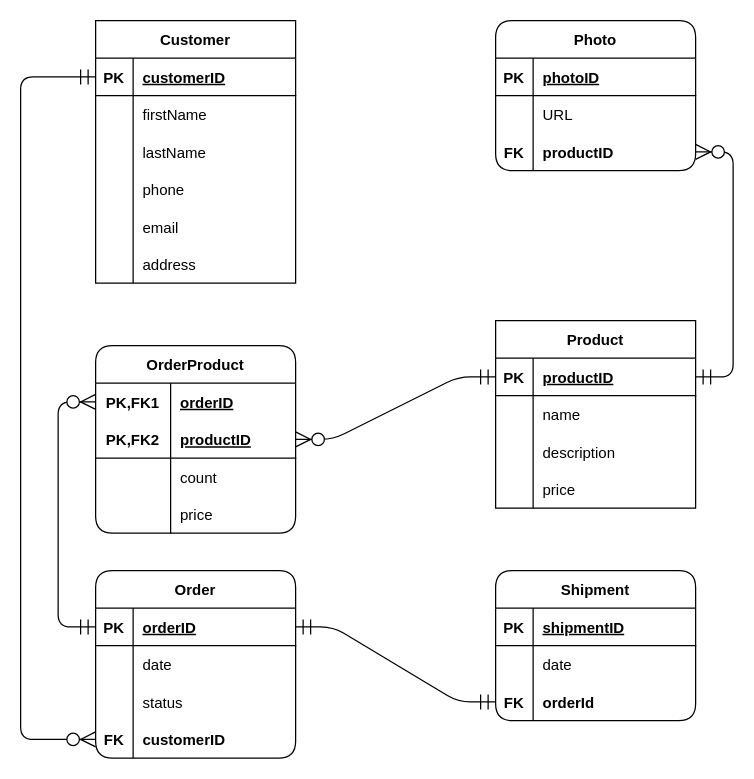
Before: sql/db-shop-erd.drawio in alexander-barmin/2024-JS, a draw.io diagram. Source tidied: cells renumbered, new cells numbered last; positions are measured from the earlier drawing's top-left corner, leaving out a move shared by most shapes. Both pictures are drawn from the tidied source at 125%, with x=0, y=0 at pixel (-5, 20).
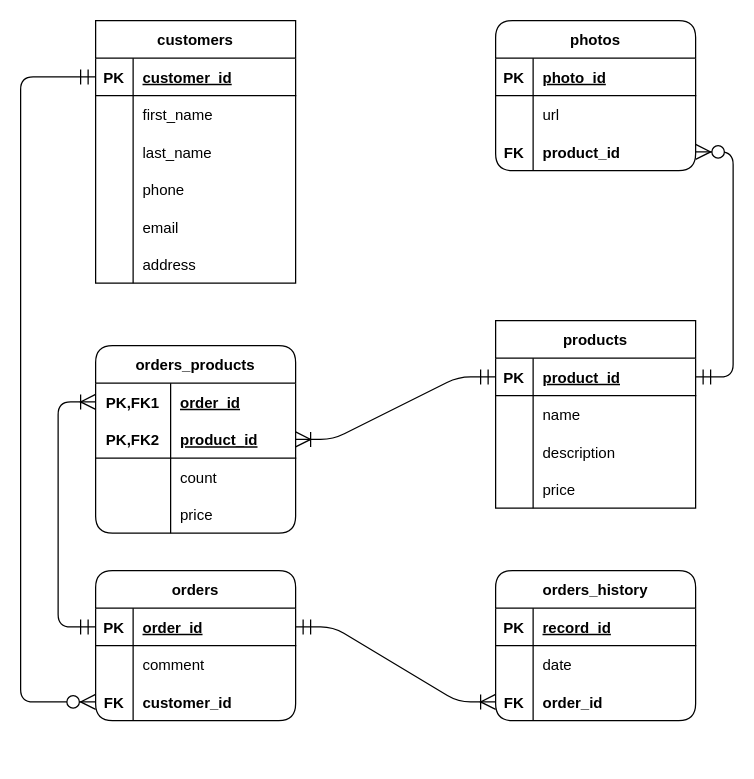
After the change.

Commit message (it also covers changes not shown here):
fix(sql): fix data structure and connections

The change refers to these unchanged cells:
```xml
<mxCell id="3" style="shape=tableRow;horizontal=0;startSize=0;swimlaneHead=0;swimlaneBody=0;fillColor=none;points=[[0,0.5],[1,0.5]];portConstraint=eastwest;top=0;left=0;right=0;bottom=1;" parent="2" vertex="1">
  <mxGeometry y="30" width="160" height="30" as="geometry" />
</mxCell>
<mxCell id="6" style="shape=tableRow;horizontal=0;startSize=0;swimlaneHead=0;swimlaneBody=0;fillColor=none;top=0;left=0;right=0;bottom=0;" parent="2" vertex="1">
  <mxGeometry y="60" width="160" height="30" as="geometry" />
</mxCell>
<mxCell id="9" style="shape=tableRow;horizontal=0;startSize=0;swimlaneHead=0;swimlaneBody=0;fillColor=none;top=0;left=0;right=0;bottom=0;" parent="2" vertex="1">
  <mxGeometry y="90" width="160" height="30" as="geometry" />
</mxCell>
<mxCell id="24" style="shape=tableRow;horizontal=0;startSize=0;swimlaneHead=0;swimlaneBody=0;fillColor=none;points=[[0,0.5],[1,0.5]];portConstraint=eastwest;top=0;left=0;right=0;bottom=0;" parent="23" vertex="1">
  <mxGeometry y="30" width="160" height="30" as="geometry" />
</mxCell>
<mxCell id="27" style="shape=tableRow;horizontal=0;startSize=0;swimlaneHead=0;swimlaneBody=0;fillColor=none;points=[[0,0.5],[1,0.5]];portConstraint=eastwest;top=0;left=0;right=0;bottom=1;" parent="23" vertex="1">
  <mxGeometry y="60" width="160" height="30" as="geometry" />
</mxCell>
<mxCell id="37" style="shape=tableRow;horizontal=0;startSize=0;swimlaneHead=0;swimlaneBody=0;fillColor=none;points=[[0,0.5],[1,0.5]];portConstraint=eastwest;top=0;left=0;right=0;bottom=1;" parent="36" vertex="1">
  <mxGeometry y="30" width="160" height="30" as="geometry" />
</mxCell>
<mxCell id="40" style="shape=tableRow;horizontal=0;startSize=0;swimlaneHead=0;swimlaneBody=0;fillColor=none;top=0;left=0;right=0;bottom=0;" parent="36" vertex="1">
  <mxGeometry y="60" width="160" height="30" as="geometry" />
</mxCell>
<mxCell id="50" style="shape=tableRow;horizontal=0;startSize=0;swimlaneHead=0;swimlaneBody=0;fillColor=none;points=[[0,0.5],[1,0.5]];portConstraint=eastwest;top=0;left=0;right=0;bottom=1;" parent="49" vertex="1">
  <mxGeometry y="30" width="160" height="30" as="geometry" />
</mxCell>
<mxCell id="63" style="shape=tableRow;horizontal=0;startSize=0;swimlaneHead=0;swimlaneBody=0;fillColor=none;top=0;left=0;right=0;bottom=1;" parent="62" vertex="1">
  <mxGeometry y="30" width="160" height="30" as="geometry" />
</mxCell>
<mxCell id="66" style="shape=tableRow;horizontal=0;startSize=0;swimlaneHead=0;swimlaneBody=0;fillColor=none;top=0;left=0;right=0;bottom=0;" parent="62" vertex="1">
  <mxGeometry y="60" width="160" height="30" as="geometry" />
</mxCell>
<mxCell id="69" style="shape=tableRow;horizontal=0;startSize=0;swimlaneHead=0;swimlaneBody=0;fillColor=none;points=[[0,0.5],[1,0.5]];portConstraint=eastwest;top=0;left=0;right=0;bottom=0;" parent="62" vertex="1">
  <mxGeometry y="90" width="160" height="30" as="geometry" />
</mxCell>
<mxCell id="75" style="shape=tableRow;horizontal=0;startSize=0;swimlaneHead=0;swimlaneBody=0;fillColor=none;top=0;left=0;right=0;bottom=1;" parent="74" vertex="1">
  <mxGeometry y="30" width="160" height="30" as="geometry" />
</mxCell>
<mxCell id="81" style="shape=tableRow;horizontal=0;startSize=0;swimlaneHead=0;swimlaneBody=0;fillColor=none;points=[[0,0.5],[1,0.5]];portConstraint=eastwest;top=0;left=0;right=0;bottom=0;" parent="74" vertex="1">
  <mxGeometry y="90" width="160" height="30" as="geometry" />
</mxCell>
```

Diff of the diagram source:
```diff
@@
-    <mxCell id="2" value="Customer" style="shape=table;startSize=30;childLayout=tableLayout;rowLines=0;fontStyle=1;align=center;" parent="1" vertex="1">
+    <mxCell id="2" value="customers" style="shape=table;startSize=30;childLayout=tableLayout;rowLines=0;fontStyle=1;align=center;" parent="1" vertex="1">
       <mxGeometry x="80" width="160" height="210" as="geometry" />
     </mxCell>
@@
-    <mxCell id="5" value="customerID" style="shape=partialRectangle;fillColor=none;top=0;left=0;bottom=0;right=0;align=left;spacingLeft=6;fontStyle=5;overflow=hidden;" parent="3" vertex="1">
+    <mxCell id="5" value="customer_id" style="shape=partialRectangle;fillColor=none;top=0;left=0;bottom=0;right=0;align=left;spacingLeft=6;fontStyle=5;overflow=hidden;" parent="3" vertex="1">
       <mxGeometry x="30" width="130" height="30" as="geometry" />
     </mxCell>
@@
-    <mxCell id="8" value="firstName" style="shape=partialRectangle;fillColor=none;top=0;left=0;bottom=0;right=0;align=left;spacingLeft=6;overflow=hidden;" parent="6" vertex="1">
+    <mxCell id="8" value="first_name" style="shape=partialRectangle;fillColor=none;top=0;left=0;bottom=0;right=0;align=left;spacingLeft=6;overflow=hidden;" parent="6" vertex="1">
       <mxGeometry x="30" width="130" height="30" as="geometry" />
     </mxCell>
@@
-    <mxCell id="11" value="lastName" style="shape=partialRectangle;fillColor=none;top=0;left=0;bottom=0;right=0;align=left;spacingLeft=6;overflow=hidden;" parent="9" vertex="1">
+    <mxCell id="11" value="last_name" style="shape=partialRectangle;fillColor=none;top=0;left=0;bottom=0;right=0;align=left;spacingLeft=6;overflow=hidden;" parent="9" vertex="1">
       <mxGeometry x="30" width="130" height="30" as="geometry" />
     </mxCell>
@@
-    <mxCell id="23" value="OrderProduct" style="shape=table;startSize=30;childLayout=tableLayout;rowLines=0;fontStyle=1;align=center;rounded=1;" parent="1" vertex="1">
+    <mxCell id="23" value="orders_products" style="shape=table;startSize=30;childLayout=tableLayout;rowLines=0;fontStyle=1;align=center;rounded=1;" parent="1" vertex="1">
       <mxGeometry x="80" y="260" width="160" height="150" as="geometry" />
     </mxCell>
@@
-    <mxCell id="26" value="orderID" style="shape=partialRectangle;fillColor=none;top=0;left=0;bottom=0;right=0;align=left;spacingLeft=6;fontStyle=5;overflow=hidden;" parent="24" vertex="1">
+    <mxCell id="26" value="order_id" style="shape=partialRectangle;fillColor=none;top=0;left=0;bottom=0;right=0;align=left;spacingLeft=6;fontStyle=5;overflow=hidden;" parent="24" vertex="1">
       <mxGeometry x="60" width="100" height="30" as="geometry" />
     </mxCell>
@@
-    <mxCell id="29" value="productID" style="shape=partialRectangle;fillColor=none;top=0;left=0;bottom=0;right=0;align=left;spacingLeft=6;fontStyle=5;overflow=hidden;" parent="27" vertex="1">
+    <mxCell id="29" value="product_id" style="shape=partialRectangle;fillColor=none;top=0;left=0;bottom=0;right=0;align=left;spacingLeft=6;fontStyle=5;overflow=hidden;" parent="27" vertex="1">
       <mxGeometry x="60" width="100" height="30" as="geometry" />
     </mxCell>
@@
-    <mxCell id="36" value="Order" style="shape=table;startSize=30;childLayout=tableLayout;rowLines=0;fontStyle=1;align=center;rounded=1;" parent="1" vertex="1">
-      <mxGeometry x="80" y="440" width="160" height="150" as="geometry" />
+    <mxCell id="36" value="orders" style="shape=table;startSize=30;childLayout=tableLayout;rowLines=0;fontStyle=1;align=center;rounded=1;" parent="1" vertex="1">
+      <mxGeometry x="80" y="440" width="160" height="120" as="geometry" />
     </mxCell>
@@
-    <mxCell id="39" value="orderID" style="shape=partialRectangle;fillColor=none;top=0;left=0;bottom=0;right=0;align=left;spacingLeft=6;fontStyle=5;overflow=hidden;" parent="37" vertex="1">
+    <mxCell id="39" value="order_id" style="shape=partialRectangle;fillColor=none;top=0;left=0;bottom=0;right=0;align=left;spacingLeft=6;fontStyle=5;overflow=hidden;" parent="37" vertex="1">
       <mxGeometry x="30" width="130" height="30" as="geometry" />
     </mxCell>
@@
-    <mxCell id="42" value="date" style="shape=partialRectangle;fillColor=none;top=0;left=0;bottom=0;right=0;align=left;spacingLeft=6;overflow=hidden;" parent="40" vertex="1">
+    <mxCell id="42" value="comment" style="shape=partialRectangle;fillColor=none;top=0;left=0;bottom=0;right=0;align=left;spacingLeft=6;overflow=hidden;" parent="40" vertex="1">
       <mxGeometry x="30" width="130" height="30" as="geometry" />
     </mxCell>
-    <mxCell id="43" style="shape=tableRow;horizontal=0;startSize=0;swimlaneHead=0;swimlaneBody=0;fillColor=none;top=0;left=0;right=0;bottom=0;" parent="36" vertex="1">
-      <mxGeometry y="90" width="160" height="30" as="geometry" />
-    </mxCell>
-    <mxCell id="44" style="shape=partialRectangle;fillColor=none;top=0;left=0;bottom=0;right=0;overflow=hidden;" parent="43" vertex="1">
-      <mxGeometry width="30" height="30" as="geometry" />
-    </mxCell>
-    <mxCell id="45" value="status" style="shape=partialRectangle;fillColor=none;top=0;left=0;bottom=0;right=0;align=left;spacingLeft=6;overflow=hidden;" parent="43" vertex="1">
-      <mxGeometry x="30" width="130" height="30" as="geometry" />
-    </mxCell>
     <mxCell id="46" style="shape=tableRow;horizontal=0;startSize=0;swimlaneHead=0;swimlaneBody=0;fillColor=none;points=[[0,0.5],[1,0.5]];portConstraint=eastwest;top=0;left=0;right=0;bottom=0;" parent="36" vertex="1">
-      <mxGeometry y="120" width="160" height="30" as="geometry" />
+      <mxGeometry y="90" width="160" height="30" as="geometry" />
     </mxCell>
@@
-    <mxCell id="48" value="customerID" style="shape=partialRectangle;fillColor=none;top=0;left=0;bottom=0;right=0;align=left;spacingLeft=6;overflow=hidden;fontStyle=1;" parent="46" vertex="1">
+    <mxCell id="48" value="customer_id" style="shape=partialRectangle;fillColor=none;top=0;left=0;bottom=0;right=0;align=left;spacingLeft=6;overflow=hidden;fontStyle=1;" parent="46" vertex="1">
       <mxGeometry x="30" width="130" height="30" as="geometry" />
     </mxCell>
-    <mxCell id="49" value="Product" style="shape=table;startSize=30;childLayout=tableLayout;rowLines=0;fontStyle=1;align=center;" parent="1" vertex="1">
+    <mxCell id="49" value="products" style="shape=table;startSize=30;childLayout=tableLayout;rowLines=0;fontStyle=1;align=center;" parent="1" vertex="1">
       <mxGeometry x="400" y="240" width="160" height="150" as="geometry" />
     </mxCell>
@@
-    <mxCell id="52" value="productID" style="shape=partialRectangle;fillColor=none;top=0;left=0;bottom=0;right=0;align=left;spacingLeft=6;fontStyle=5;overflow=hidden;" parent="50" vertex="1">
+    <mxCell id="52" value="product_id" style="shape=partialRectangle;fillColor=none;top=0;left=0;bottom=0;right=0;align=left;spacingLeft=6;fontStyle=5;overflow=hidden;" parent="50" vertex="1">
       <mxGeometry x="30" width="130" height="30" as="geometry" />
     </mxCell>
@@
-    <mxCell id="62" value="Photo" style="shape=table;startSize=30;childLayout=tableLayout;rowLines=0;fontStyle=1;align=center;rounded=1;" parent="1" vertex="1">
+    <mxCell id="62" value="photos" style="shape=table;startSize=30;childLayout=tableLayout;rowLines=0;fontStyle=1;align=center;rounded=1;" parent="1" vertex="1">
       <mxGeometry x="400" width="160" height="120" as="geometry" />
     </mxCell>
@@
-    <mxCell id="65" value="photoID" style="shape=partialRectangle;fillColor=none;top=0;left=0;bottom=0;right=0;align=left;spacingLeft=6;fontStyle=5;overflow=hidden;" parent="63" vertex="1">
+    <mxCell id="65" value="photo_id" style="shape=partialRectangle;fillColor=none;top=0;left=0;bottom=0;right=0;align=left;spacingLeft=6;fontStyle=5;overflow=hidden;" parent="63" vertex="1">
       <mxGeometry x="30" width="130" height="30" as="geometry" />
     </mxCell>
@@
-    <mxCell id="68" value="URL" style="shape=partialRectangle;fillColor=none;top=0;left=0;bottom=0;right=0;align=left;spacingLeft=6;overflow=hidden;" parent="66" vertex="1">
+    <mxCell id="68" value="url" style="shape=partialRectangle;fillColor=none;top=0;left=0;bottom=0;right=0;align=left;spacingLeft=6;overflow=hidden;" parent="66" vertex="1">
       <mxGeometry x="30" width="130" height="30" as="geometry" />
     </mxCell>
@@
-    <mxCell id="71" value="productID" style="shape=partialRectangle;fillColor=none;top=0;left=0;bottom=0;right=0;align=left;spacingLeft=6;overflow=hidden;fontStyle=1;" parent="69" vertex="1">
+    <mxCell id="71" value="product_id" style="shape=partialRectangle;fillColor=none;top=0;left=0;bottom=0;right=0;align=left;spacingLeft=6;overflow=hidden;fontStyle=1;" parent="69" vertex="1">
       <mxGeometry x="30" width="130" height="30" as="geometry" />
     </mxCell>
-    <mxCell id="72" style="edgeStyle=elbowEdgeStyle;fontSize=12;html=1;endArrow=ERzeroToMany;startArrow=ERmandOne;entryX=0;entryY=0.5;entryDx=0;entryDy=0;exitX=0;exitY=0.5;exitDx=0;exitDy=0;endSize=10;startSize=10;" parent="1" edge="1" source="37" target="24">
+    <mxCell id="72" style="edgeStyle=elbowEdgeStyle;fontSize=12;html=1;endArrow=ERoneToMany;startArrow=ERmandOne;entryX=0;entryY=0.5;entryDx=0;entryDy=0;exitX=0;exitY=0.5;exitDx=0;exitDy=0;endSize=10;startSize=10;endFill=0;" parent="1" edge="1" source="37" target="24">
       <mxGeometry relative="1" as="geometry">
         <Array as="points">
           <mxPoint x="50" y="390" />
           <mxPoint x="40" y="350" />
         </Array>
       </mxGeometry>
     </mxCell>
-    <mxCell id="73" style="edgeStyle=entityRelationEdgeStyle;fontSize=12;html=1;endArrow=ERzeroToMany;startArrow=ERmandOne;entryX=1;entryY=0.5;entryDx=0;entryDy=0;exitX=0;exitY=0.5;exitDx=0;exitDy=0;endSize=10;startSize=10;" parent="1" edge="1" source="50" target="27">
+    <mxCell id="73" style="edgeStyle=entityRelationEdgeStyle;fontSize=12;html=1;endArrow=ERoneToMany;startArrow=ERmandOne;entryX=1;entryY=0.5;entryDx=0;entryDy=0;exitX=0;exitY=0.5;exitDx=0;exitDy=0;endSize=10;startSize=10;endFill=0;" parent="1" edge="1" source="50" target="27">
       <mxGeometry relative="1" as="geometry" />
     </mxCell>
-    <mxCell id="74" value="Shipment" style="shape=table;startSize=30;childLayout=tableLayout;rowLines=0;fontStyle=1;align=center;rounded=1;" parent="1" vertex="1">
+    <mxCell id="74" value="orders_history" style="shape=table;startSize=30;childLayout=tableLayout;rowLines=0;fontStyle=1;align=center;rounded=1;" parent="1" vertex="1">
       <mxGeometry x="400" y="440" width="160" height="120" as="geometry" />
     </mxCell>
@@
-    <mxCell id="77" value="shipmentID" style="shape=partialRectangle;fillColor=none;top=0;left=0;bottom=0;right=0;align=left;spacingLeft=6;fontStyle=5;overflow=hidden;" parent="75" vertex="1">
+    <mxCell id="77" value="record_id" style="shape=partialRectangle;fillColor=none;top=0;left=0;bottom=0;right=0;align=left;spacingLeft=6;fontStyle=5;overflow=hidden;" parent="75" vertex="1">
       <mxGeometry x="30" width="130" height="30" as="geometry" />
     </mxCell>
@@
-    <mxCell id="83" value="orderId" style="shape=partialRectangle;fillColor=none;top=0;left=0;bottom=0;right=0;align=left;spacingLeft=6;overflow=hidden;fontStyle=1;" parent="81" vertex="1">
+    <mxCell id="83" value="order_id" style="shape=partialRectangle;fillColor=none;top=0;left=0;bottom=0;right=0;align=left;spacingLeft=6;overflow=hidden;fontStyle=1;" parent="81" vertex="1">
       <mxGeometry x="30" width="130" height="30" as="geometry" />
     </mxCell>
-    <mxCell id="84" style="edgeStyle=entityRelationEdgeStyle;fontSize=12;html=1;endArrow=ERmandOne;startArrow=ERmandOne;startSize=10;endSize=10;entryX=0;entryY=0.5;entryDx=0;entryDy=0;exitX=1;exitY=0.5;exitDx=0;exitDy=0;" parent="1" edge="1" source="37" target="81">
+    <mxCell id="84" style="edgeStyle=entityRelationEdgeStyle;fontSize=12;html=1;endArrow=ERoneToMany;startArrow=ERmandOne;startSize=10;endSize=10;entryX=0;entryY=0.5;entryDx=0;entryDy=0;exitX=1;exitY=0.5;exitDx=0;exitDy=0;endFill=0;" parent="1" edge="1" source="37" target="81">
       <mxGeometry relative="1" as="geometry" />
     </mxCell>
```
